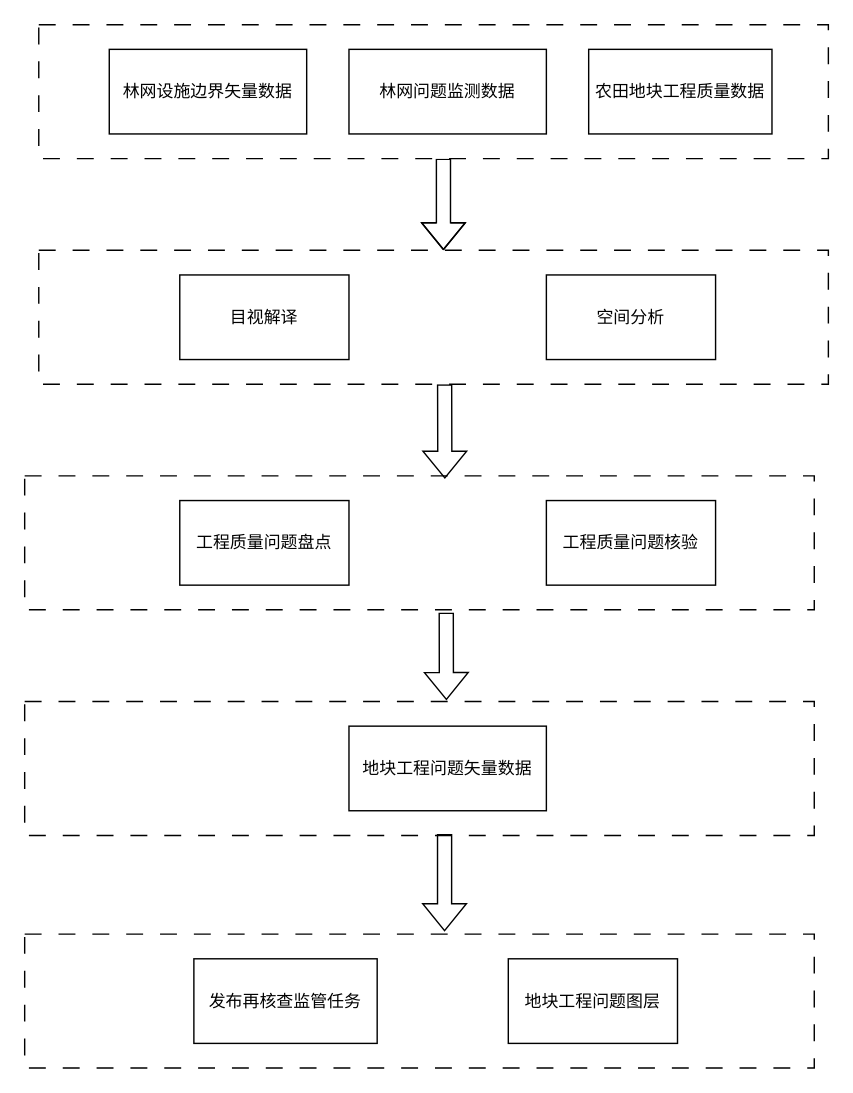
This is 林网退化.drawio from AhXianGL/draw.io, a draw.io file, before an edit. Source tidied: cells renumbered, new cells numbered last; positions are measured from the earlier drawing's top-left corner, leaving out a move shared by most shapes. Both pictures are drawn from the tidied source at 141%, with x=0, y=0 at pixel (24, 24).
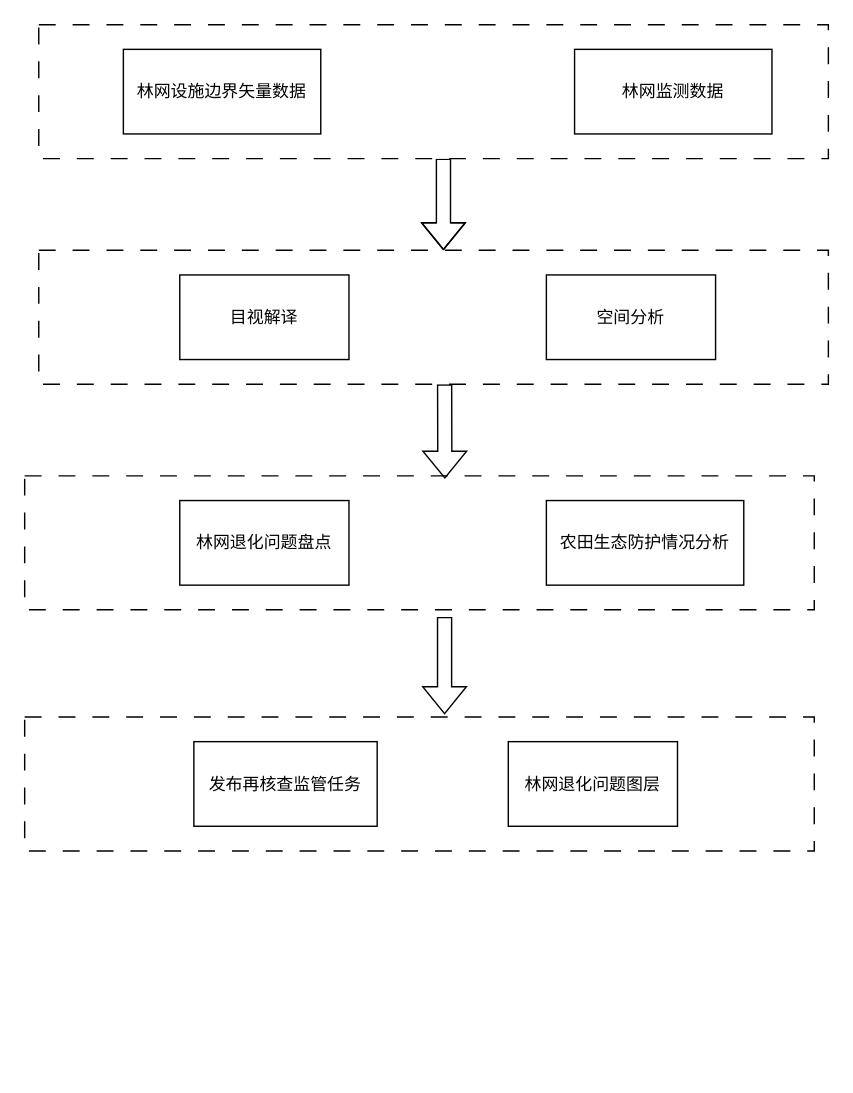
The same diagram, later.

Commit message (it also covers changes not shown here):
更新林网退化.drawio

Unchanged cells that the change refers to:
```xml
<mxCell id="15" style="group;" parent="1" vertex="1">
  <mxGeometry x="10" width="560" height="95" as="geometry" />
</mxCell>
```

What changed in the source:
```diff
@@
-    <mxCell id="3" value="工程质量问题盘点" style="rounded=0;whiteSpace=wrap;html=1;" parent="1" vertex="1">
+    <mxCell id="3" value="林网退化问题盘点" style="rounded=0;whiteSpace=wrap;html=1;" parent="1" vertex="1">
       <mxGeometry x="110" y="337.5" width="120" height="60" as="geometry" />
     </mxCell>
-    <mxCell id="4" value="工程质量问题核验" style="rounded=0;whiteSpace=wrap;html=1;" parent="1" vertex="1">
-      <mxGeometry x="370" y="337.5" width="120" height="60" as="geometry" />
+    <mxCell id="4" value="农田生态防护情况分析" style="rounded=0;whiteSpace=wrap;html=1;" parent="1" vertex="1">
+      <mxGeometry x="370" y="337.5" width="140" height="60" as="geometry" />
     </mxCell>
@@
-    <mxCell id="7" style="shape=flexArrow;endArrow=classic;html=1;rounded=0;entryX=0.518;entryY=0.021;entryDx=0;entryDy=0;entryPerimeter=0;" parent="1" edge="1">
-      <mxGeometry relative="1" as="geometry">
-        <mxPoint x="299" y="417" as="sourcePoint" />
-        <mxPoint x="299.1" y="479" as="targetPoint" />
-      </mxGeometry>
-    </mxCell>
-    <mxCell id="8" style="group;" parent="1" vertex="1">
-      <mxGeometry y="480" width="560" height="95" as="geometry" />
-    </mxCell>
-    <mxCell id="9" style="rounded=0;whiteSpace=wrap;html=1;dashed=1;dashPattern=12 12;" parent="8" vertex="1">
-      <mxGeometry width="560" height="95" as="geometry" />
-    </mxCell>
-    <mxCell id="10" value="地块工程问题矢量数据" style="rounded=0;whiteSpace=wrap;html=1;" parent="8" vertex="1">
-      <mxGeometry x="230" y="17.5" width="140" height="60" as="geometry" />
-    </mxCell>
     <mxCell id="11" style="group;" parent="1" vertex="1">
-      <mxGeometry y="645" width="560" height="95" as="geometry" />
+      <mxGeometry y="491" width="560" height="95" as="geometry" />
     </mxCell>
@@
-    <mxCell id="14" value="地块工程问题图层" style="rounded=0;whiteSpace=wrap;html=1;" parent="11" vertex="1">
+    <mxCell id="14" value="林网退化问题图层" style="rounded=0;whiteSpace=wrap;html=1;" parent="11" vertex="1">
       <mxGeometry x="343" y="17.5" width="120" height="60" as="geometry" />
     </mxCell>
@@
-    <mxCell id="17" value="农田地块工程质量数据" style="rounded=0;whiteSpace=wrap;html=1;" parent="15" vertex="1">
-      <mxGeometry x="390" y="17.5" width="130" height="60" as="geometry" />
-    </mxCell>
-    <mxCell id="18" value="林网问题监测数据" style="rounded=0;whiteSpace=wrap;html=1;" parent="15" vertex="1">
-      <mxGeometry x="220" y="17.5" width="140" height="60" as="geometry" />
+    <mxCell id="18" value="林网监测数据" style="rounded=0;whiteSpace=wrap;html=1;" parent="15" vertex="1">
+      <mxGeometry x="380" y="17.5" width="140" height="60" as="geometry" />
     </mxCell>
     <mxCell id="19" value="林网设施边界矢量数据" style="rounded=0;whiteSpace=wrap;html=1;" parent="15" vertex="1">
-      <mxGeometry x="50" y="17.5" width="140" height="60" as="geometry" />
+      <mxGeometry x="60" y="17.5" width="140" height="60" as="geometry" />
     </mxCell>
@@
     <mxCell id="24" style="shape=flexArrow;endArrow=classic;html=1;rounded=0;exitX=0.514;exitY=0.989;exitDx=0;exitDy=0;exitPerimeter=0;entryX=0.514;entryY=-0.021;entryDx=0;entryDy=0;entryPerimeter=0;" parent="1" edge="1">
       <mxGeometry relative="1" as="geometry">
-        <mxPoint x="297.8" y="574" as="sourcePoint" />
-        <mxPoint x="297.8" y="643" as="targetPoint" />
+        <mxPoint x="297.8" y="420" as="sourcePoint" />
+        <mxPoint x="297.8" y="489.1" as="targetPoint" />
       </mxGeometry>
     </mxCell>
```
